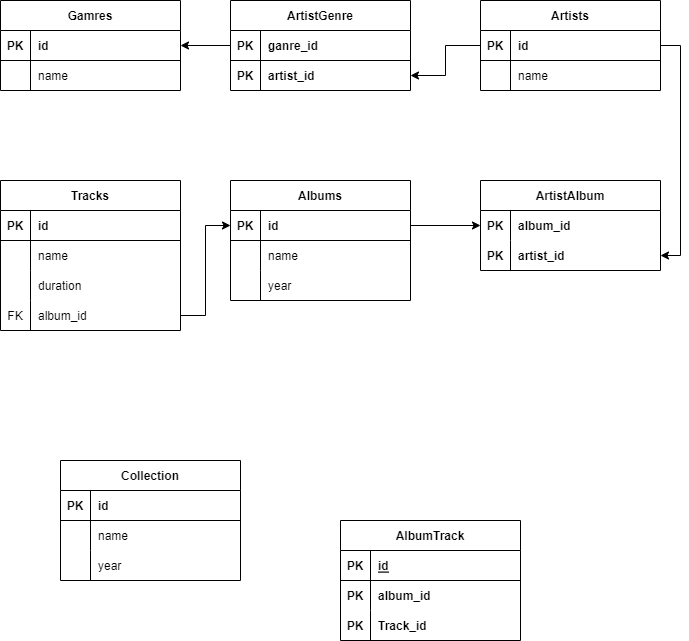
Before: Диаграмма без названия.drawio.png, a diagram exported from draw.io (VadimRoziznan/Work_with_SQL_creat_database). Source tidied: cells renumbered, new cells last; positions are measured from the earlier drawing's top-left corner, leaving out a move shared by most shapes.
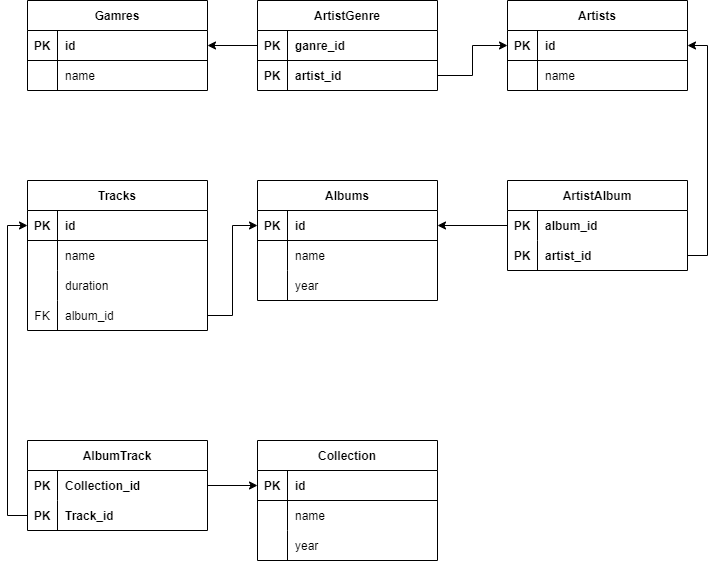
Later version of the same file.

What changed in the source:
```diff
@@ -156,7 +156,7 @@
       <mxGeometry x="30" width="150" height="30" as="geometry" />
     </mxCell>
     <mxCell id="53" value="Collection" style="shape=table;startSize=30;rowLines=0;fontStyle=1;align=center;" parent="1" vertex="1">
-      <mxGeometry x="60" y="460" width="180" height="120" as="geometry" />
+      <mxGeometry x="230" y="440" width="180" height="120" as="geometry" />
     </mxCell>
     <mxCell id="54" style="shape=tableRow;horizontal=0;startSize=0;swimlaneHead=0;swimlaneBody=0;fillColor=none;points=[[0,0.5],[1,0.5]];portConstraint=eastwest;top=0;left=0;right=0;bottom=1;" parent="53" vertex="1">
       <mxGeometry y="30" width="180" height="30" as="geometry" />
@@ -186,28 +186,19 @@
       <mxGeometry x="30" width="150" height="30" as="geometry" />
     </mxCell>
     <mxCell id="63" value="AlbumTrack" style="shape=table;startSize=30;rowLines=0;fontStyle=1;align=center;" parent="1" vertex="1">
-      <mxGeometry x="340" y="520" width="180" height="120" as="geometry" />
+      <mxGeometry y="440" width="180" height="90" as="geometry" />
     </mxCell>
-    <mxCell id="64" style="shape=tableRow;horizontal=0;startSize=0;swimlaneHead=0;swimlaneBody=0;fillColor=none;top=0;left=0;right=0;bottom=1;" parent="63" vertex="1">
-      <mxGeometry y="30" width="180" height="30" as="geometry" />
-    </mxCell>
-    <mxCell id="65" value="PK" style="shape=partialRectangle;fillColor=none;top=0;left=0;bottom=0;right=0;fontStyle=1;overflow=hidden;" parent="64" vertex="1">
-      <mxGeometry width="30" height="30" as="geometry" />
-    </mxCell>
-    <mxCell id="66" value="id" style="shape=partialRectangle;fillColor=none;top=0;left=0;bottom=0;right=0;align=left;spacingLeft=6;fontStyle=5;overflow=hidden;" parent="64" vertex="1">
-      <mxGeometry x="30" width="150" height="30" as="geometry" />
-    </mxCell>
     <mxCell id="67" style="shape=tableRow;horizontal=0;startSize=0;swimlaneHead=0;swimlaneBody=0;fillColor=none;points=[[0,0.5],[1,0.5]];portConstraint=eastwest;top=0;left=0;right=0;bottom=0;" parent="63" vertex="1">
-      <mxGeometry y="60" width="180" height="30" as="geometry" />
+      <mxGeometry y="30" width="180" height="30" as="geometry" />
     </mxCell>
     <mxCell id="68" value="PK" style="shape=partialRectangle;fillColor=none;top=0;left=0;bottom=0;right=0;overflow=hidden;fontStyle=1;" parent="67" vertex="1">
       <mxGeometry width="30" height="30" as="geometry" />
     </mxCell>
-    <mxCell id="69" value="album_id" style="shape=partialRectangle;fillColor=none;top=0;left=0;bottom=0;right=0;align=left;spacingLeft=6;overflow=hidden;fontStyle=1;" parent="67" vertex="1">
+    <mxCell id="69" value="Collection_id" style="shape=partialRectangle;fillColor=none;top=0;left=0;bottom=0;right=0;align=left;spacingLeft=6;overflow=hidden;fontStyle=1;" parent="67" vertex="1">
       <mxGeometry x="30" width="150" height="30" as="geometry" />
     </mxCell>
     <mxCell id="70" style="shape=tableRow;horizontal=0;startSize=0;swimlaneHead=0;swimlaneBody=0;fillColor=none;points=[[0,0.5],[1,0.5]];portConstraint=eastwest;top=0;left=0;right=0;bottom=0;" parent="63" vertex="1">
-      <mxGeometry y="90" width="180" height="30" as="geometry" />
+      <mxGeometry y="60" width="180" height="30" as="geometry" />
     </mxCell>
     <mxCell id="71" value="PK" style="shape=partialRectangle;fillColor=none;top=0;left=0;bottom=0;right=0;overflow=hidden;fontStyle=1;" parent="70" vertex="1">
       <mxGeometry width="30" height="30" as="geometry" />
@@ -218,17 +209,23 @@
     <mxCell id="73" style="edgeStyle=orthogonalEdgeStyle;rounded=0;jettySize=auto;html=1;exitX=0;exitY=0.5;exitDx=0;exitDy=0;entryX=1;entryY=0.5;entryDx=0;entryDy=0;" parent="1" edge="1" source="10" target="3">
       <mxGeometry relative="1" as="geometry" />
     </mxCell>
-    <mxCell id="74" style="edgeStyle=orthogonalEdgeStyle;rounded=0;jettySize=auto;html=1;exitX=0;exitY=0.5;exitDx=0;exitDy=0;entryX=1;entryY=0.5;entryDx=0;entryDy=0;" parent="1" edge="1" source="17" target="13">
-      <mxGeometry relative="1" as="geometry" />
-    </mxCell>
-    <mxCell id="75" style="edgeStyle=orthogonalEdgeStyle;rounded=0;jettySize=auto;html=1;exitX=1;exitY=0.5;exitDx=0;exitDy=0;entryX=1;entryY=0.5;entryDx=0;entryDy=0;" parent="1" edge="1" source="17" target="37">
-      <mxGeometry relative="1" as="geometry" />
-    </mxCell>
-    <mxCell id="76" style="edgeStyle=orthogonalEdgeStyle;rounded=0;jettySize=auto;html=1;exitX=1;exitY=0.5;exitDx=0;exitDy=0;entryX=0;entryY=0.5;entryDx=0;entryDy=0;" parent="1" edge="1" source="24" target="34">
-      <mxGeometry relative="1" as="geometry" />
-    </mxCell>
     <mxCell id="77" style="edgeStyle=orthogonalEdgeStyle;rounded=0;jettySize=auto;html=1;exitX=1;exitY=0.5;exitDx=0;exitDy=0;entryX=0;entryY=0.5;entryDx=0;entryDy=0;" parent="1" edge="1" source="50" target="24">
       <mxGeometry relative="1" as="geometry" />
     </mxCell>
+    <mxCell id="78" style="edgeStyle=orthogonalEdgeStyle;rounded=0;jettySize=auto;html=1;exitX=0;exitY=0.5;exitDx=0;exitDy=0;entryX=0;entryY=0.5;entryDx=0;entryDy=0;" parent="1" edge="1" source="70" target="41">
+      <mxGeometry relative="1" as="geometry" />
+    </mxCell>
+    <mxCell id="79" style="edgeStyle=orthogonalEdgeStyle;rounded=0;jettySize=auto;html=1;exitX=1;exitY=0.5;exitDx=0;exitDy=0;entryX=0;entryY=0.5;entryDx=0;entryDy=0;" parent="1" edge="1" source="67" target="54">
+      <mxGeometry relative="1" as="geometry" />
+    </mxCell>
+    <mxCell id="80" style="edgeStyle=orthogonalEdgeStyle;rounded=0;jettySize=auto;html=1;exitX=1;exitY=0.5;exitDx=0;exitDy=0;entryX=0;entryY=0.5;entryDx=0;entryDy=0;" parent="1" edge="1" source="13" target="17">
+      <mxGeometry relative="1" as="geometry" />
+    </mxCell>
+    <mxCell id="81" style="edgeStyle=orthogonalEdgeStyle;rounded=0;jettySize=auto;html=1;exitX=1;exitY=0.5;exitDx=0;exitDy=0;entryX=1;entryY=0.5;entryDx=0;entryDy=0;" parent="1" edge="1" source="37" target="17">
+      <mxGeometry relative="1" as="geometry" />
+    </mxCell>
+    <mxCell id="82" style="edgeStyle=orthogonalEdgeStyle;rounded=0;jettySize=auto;html=1;exitX=0;exitY=0.5;exitDx=0;exitDy=0;entryX=1;entryY=0.5;entryDx=0;entryDy=0;" parent="1" edge="1" source="34" target="24">
+      <mxGeometry relative="1" as="geometry" />
+    </mxCell>
   </root>
 </mxGraphModel>
```
